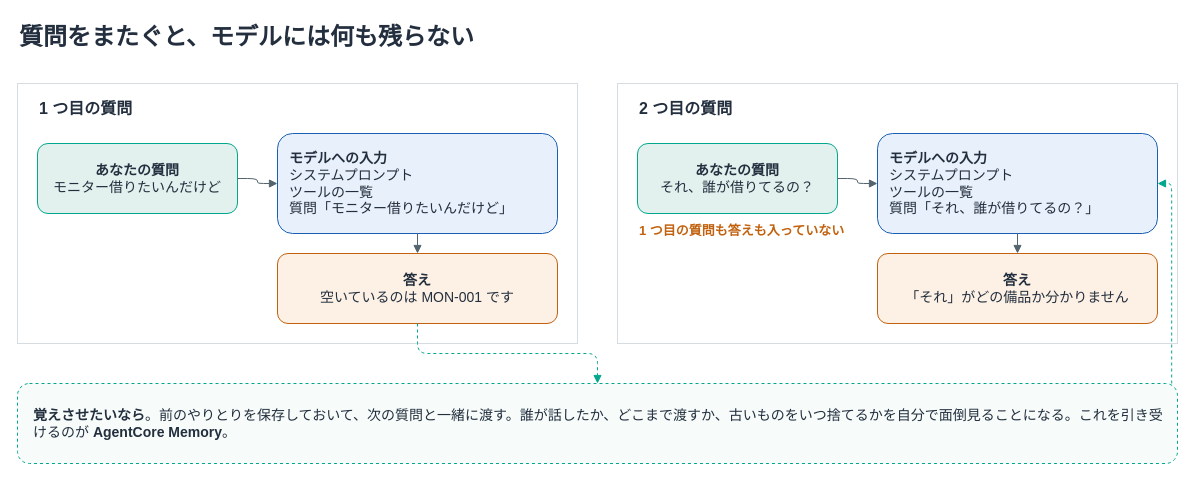
Earlier version of the draw.io diagram docs/images/memory.drawio (umitsu-tech/agentcore-handson-env). Source tidied: cells renumbered, new cells numbered last; positions are measured from the earlier drawing's top-left corner, leaving out a move shared by most shapes. Both pictures are drawn from the tidied source at 100%, with x=0, y=0 at pixel (17, 17).
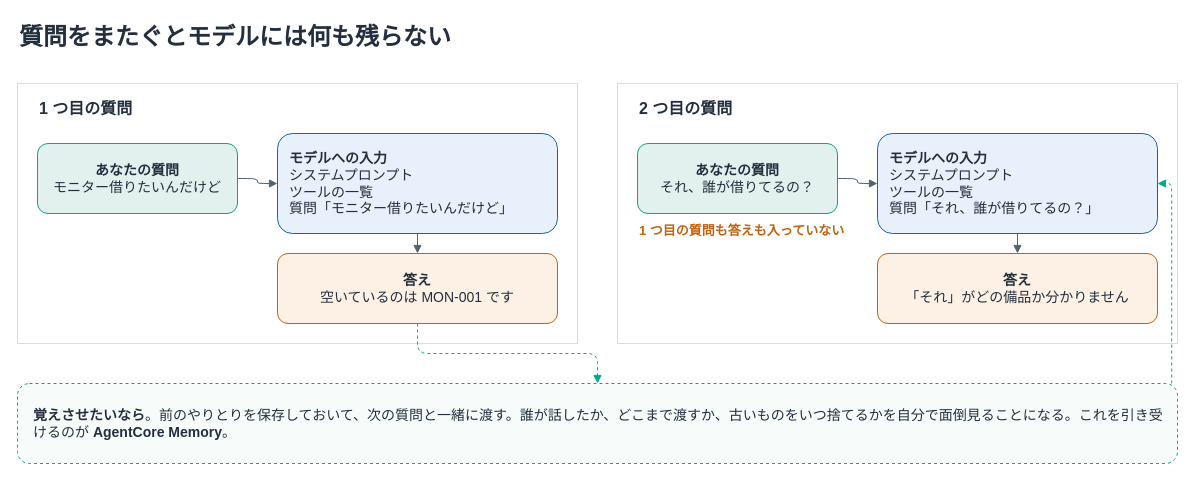
The same page after the edit.

Change to the diagram source:
```diff
@@
-    <mxCell id="2" value="質問をまたぐと、モデルには何も残らない" style="text;html=1;strokeColor=none;fillColor=none;align=left;verticalAlign=middle;whiteSpace=wrap;fontSize=24;fontStyle=1;fontColor=#232F3E;" parent="1" vertex="1">
+    <mxCell id="2" value="質問をまたぐとモデルには何も残らない" style="text;html=1;strokeColor=none;fillColor=none;align=left;verticalAlign=middle;whiteSpace=wrap;fontSize=24;fontStyle=1;fontColor=#232F3E;" parent="1" vertex="1">
       <mxGeometry width="800" height="40" as="geometry" />
     </mxCell>
```
